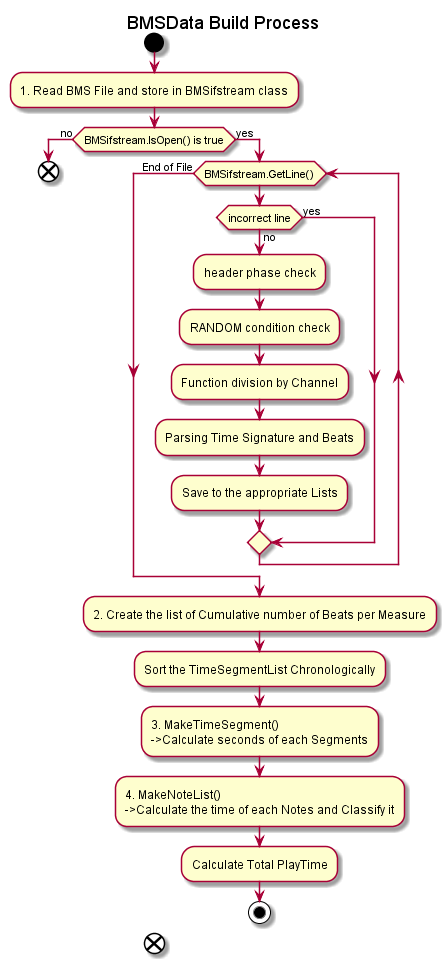
This is diagram/build_activity.png from leekkang/BMSProj, a PlantUML export, as it was before one commit. Its diagram source:
```plantuml
@startuml build_activity
title BMSData Build Process
start
:1. Read BMS File and store in BMSifstream class;
if(BMSifstream.IsOpen() is true) then (no)
end
else (yes)
while (BMSifstream.GetLine())
    if(incorrect line) then (yes)
    else (no)
    :header phase check;
    :RANDOM condition check;
    :Function division by Channel;
    :Parsing Time Signature and Beats;
    :Save to the appropriate Lists;
    endif
endwhile (End of File)
:2. Create the list of Cumulative number of Beats per Measure;
:Sort the TimeSegmentList Chronologically;
:3. MakeTimeSegment()\n->Calculate seconds of each Segments;
:4. MakeNoteList()\n->Calculate the time of each Notes and Classify it;
:Calculate Total PlayTime;
stop
endif

end
@enduml
```
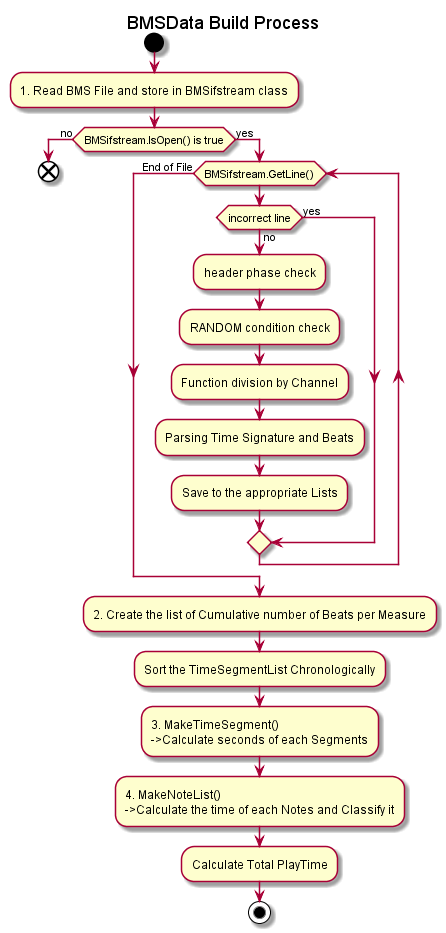
The same file after the commit.

Commit message:
modify activity diagram

Diff of the diagram source:
```diff
@@ -22,6 +22,4 @@
 :Calculate Total PlayTime;
 stop
 endif
-
-end
 @enduml
```
